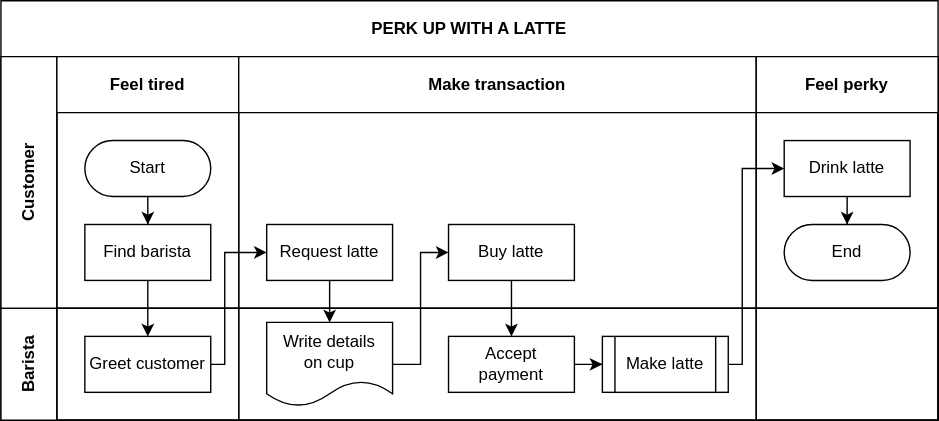
Before: DiagActFuncionalidad.svg, a diagram exported from draw.io (MaxIbanez/Taller1P1_MI_JC). Source tidied: cells renumbered, new cells last; positions are measured from the earlier drawing's top-left corner, leaving out a move shared by most shapes.
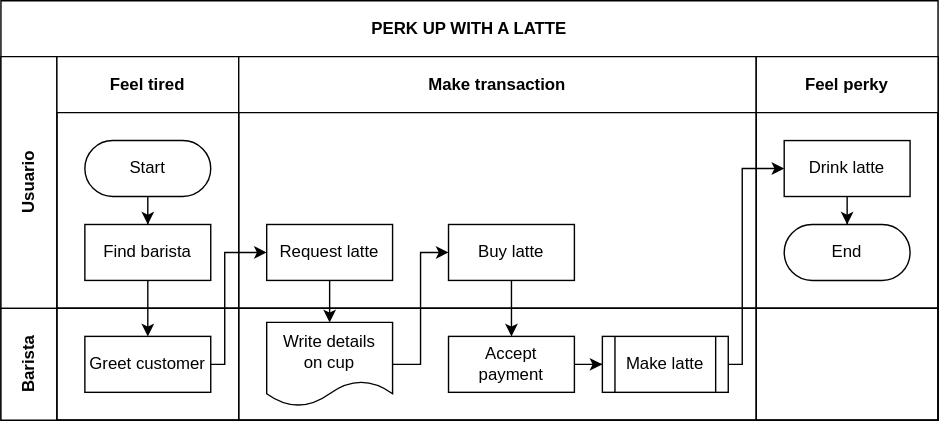
After the commit.

Change to the diagram source:
```diff
@@ -8,7 +8,7 @@
     <mxCell id="3" style="edgeStyle=orthogonalEdgeStyle;rounded=0;jettySize=auto;html=1;" parent="2" edge="1" source="8" target="18">
       <mxGeometry relative="1" as="geometry" />
     </mxCell>
-    <mxCell id="4" value="Customer" style="swimlane;horizontal=0;startSize=40;html=1;whiteSpace=wrap;" parent="2" vertex="1">
+    <mxCell id="4" value="Usuario" style="swimlane;horizontal=0;startSize=40;html=1;whiteSpace=wrap;" parent="2" vertex="1">
       <mxGeometry y="40" width="670" height="180" as="geometry" />
     </mxCell>
     <mxCell id="5" value="Feel tired" style="swimlane;startSize=40;html=1;whiteSpace=wrap;" parent="4" vertex="1">
```
